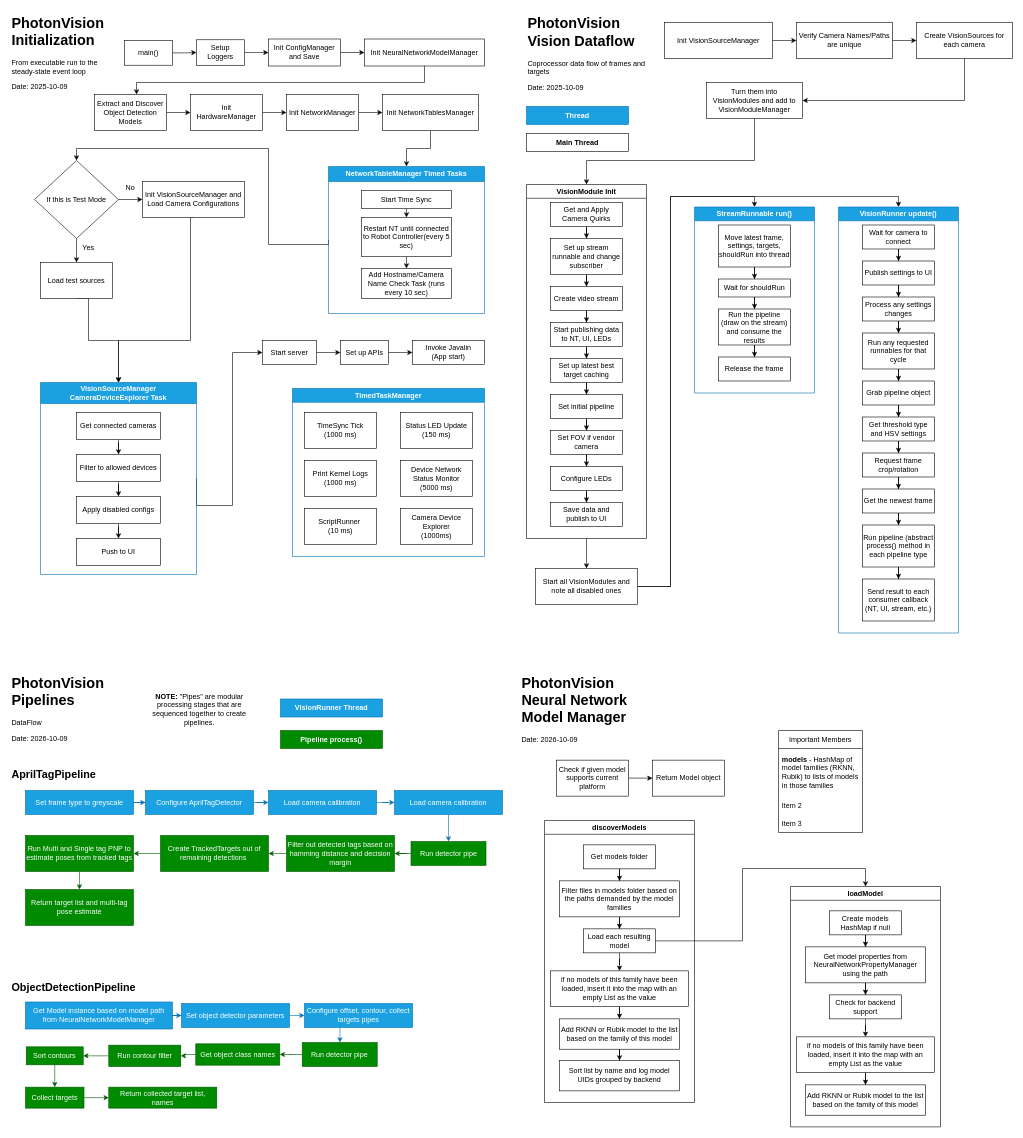
PhotonVision/photonvision keeps this draw.io diagram as docs/source/docs/contributing/assets/photon-architecture.drawio. Above is the earlier version. Source tidied: cells renumbered, new cells numbered last; positions are measured from the earlier drawing's top-left corner, leaving out a move shared by most shapes. Both pictures are drawn from the tidied source at 60%, with x=0, y=0 at pixel (10, 10).
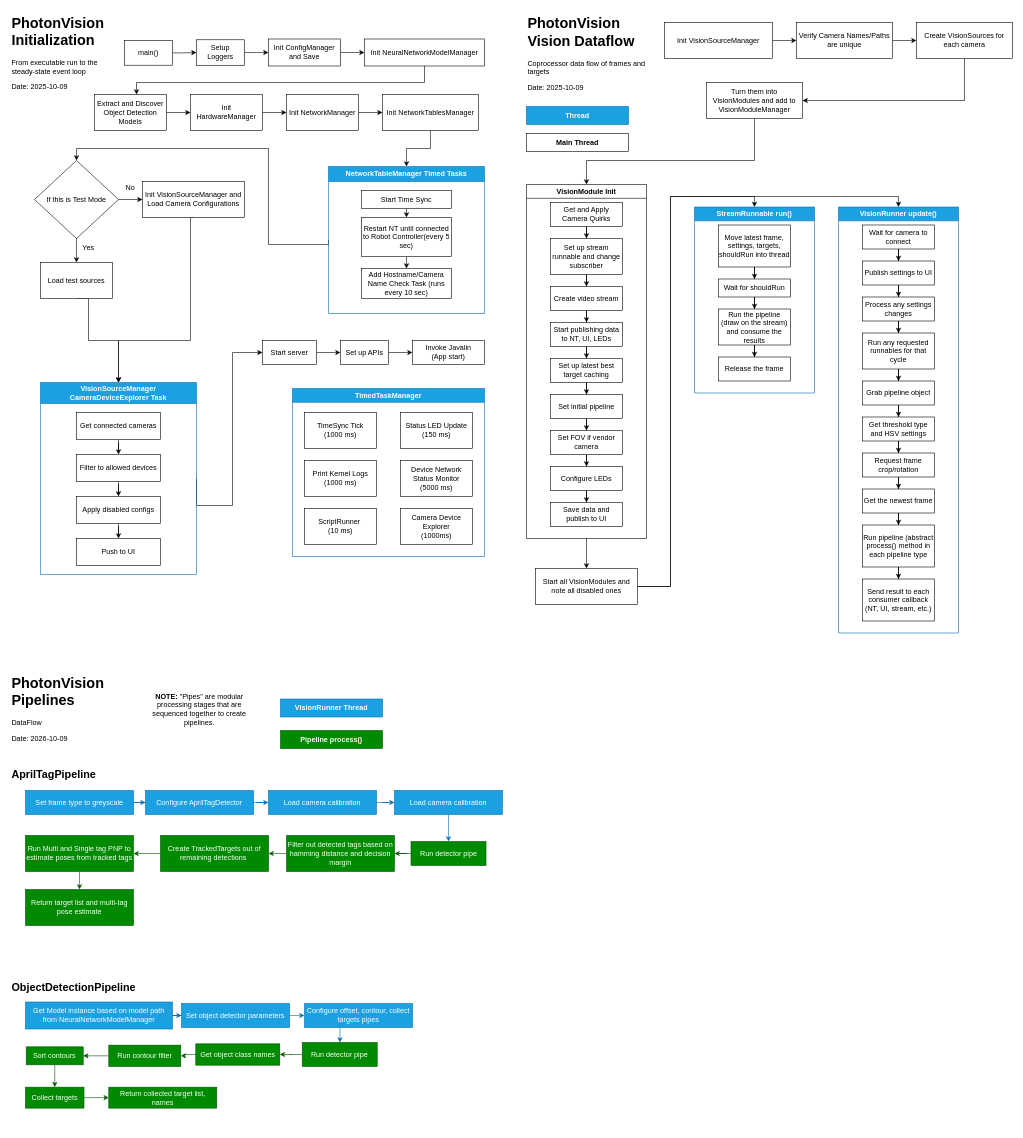
The same diagram, later.

Commit message:
remove OD section for now

The edit, as a diff of the source:
```diff
@@
-    <mxCell id="157" value="&lt;h1 style=&quot;margin-top: 0px;&quot;&gt;PhotonVision Neural Network Model Manager&lt;/h1&gt;&lt;p&gt;Date: 2026-10-09&lt;/p&gt;" style="text;html=1;whiteSpace=wrap;overflow=hidden;rounded=0;" parent="1" vertex="1">
-      <mxGeometry x="850" y="1100" width="210" height="140" as="geometry" />
-    </mxCell>
-    <mxCell id="158" style="edgeStyle=orthogonalEdgeStyle;rounded=0;jettySize=auto;html=1;" parent="1" edge="1" source="159" target="160">
-      <mxGeometry relative="1" as="geometry" />
-    </mxCell>
-    <mxCell id="159" value="Check if given model supports current platform" style="rounded=0;whiteSpace=wrap;html=1;" parent="1" vertex="1">
-      <mxGeometry x="910" y="1249.4" width="120" height="60" as="geometry" />
-    </mxCell>
-    <mxCell id="160" value="Return Model object" style="rounded=0;whiteSpace=wrap;html=1;" parent="1" vertex="1">
-      <mxGeometry x="1070" y="1249.4" width="120" height="60" as="geometry" />
-    </mxCell>
-    <mxCell id="161" value="loadModel" style="swimlane;whiteSpace=wrap;html=1;" parent="1" vertex="1">
-      <mxGeometry x="1300" y="1460" width="250" height="400.6" as="geometry" />
-    </mxCell>
-    <mxCell id="162" style="edgeStyle=orthogonalEdgeStyle;rounded=0;jettySize=auto;html=1;" parent="161" edge="1" source="163" target="165">
-      <mxGeometry relative="1" as="geometry" />
-    </mxCell>
-    <mxCell id="163" value="Create models HashMap if null" style="rounded=0;whiteSpace=wrap;html=1;" parent="161" vertex="1">
-      <mxGeometry x="65" y="40.6" width="120" height="40" as="geometry" />
-    </mxCell>
-    <mxCell id="164" style="edgeStyle=orthogonalEdgeStyle;rounded=0;jettySize=auto;html=1;" parent="161" edge="1" source="165" target="167">
-      <mxGeometry relative="1" as="geometry" />
-    </mxCell>
-    <mxCell id="165" value="Get model properties from NeuralNetworkPropertyManager using the path" style="whiteSpace=wrap;html=1;rounded=0;" parent="161" vertex="1">
-      <mxGeometry x="25" y="100.6" width="200" height="60" as="geometry" />
-    </mxCell>
-    <mxCell id="166" style="edgeStyle=orthogonalEdgeStyle;rounded=0;jettySize=auto;html=1;" parent="161" edge="1" source="167" target="169">
-      <mxGeometry relative="1" as="geometry" />
-    </mxCell>
-    <mxCell id="167" value="Check for backend support" style="whiteSpace=wrap;html=1;rounded=0;" parent="161" vertex="1">
-      <mxGeometry x="65" y="180.6" width="120" height="40" as="geometry" />
-    </mxCell>
-    <mxCell id="168" style="edgeStyle=orthogonalEdgeStyle;rounded=0;jettySize=auto;html=1;" parent="161" edge="1" source="169" target="170">
-      <mxGeometry relative="1" as="geometry" />
-    </mxCell>
-    <mxCell id="169" value="if no models of this family have been loaded, insert it into the map with an empty List as the value" style="whiteSpace=wrap;html=1;rounded=0;" parent="161" vertex="1">
-      <mxGeometry x="10" y="250.6" width="230" height="59.4" as="geometry" />
-    </mxCell>
-    <mxCell id="170" value="Add RKNN or Rubik model to the list based on the family of this model" style="whiteSpace=wrap;html=1;rounded=0;" parent="161" vertex="1">
-      <mxGeometry x="25" y="330.6" width="200" height="50.6" as="geometry" />
-    </mxCell>
-    <mxCell id="171" value="Important Members" style="swimlane;fontStyle=0;horizontal=1;startSize=30;whiteSpace=wrap;html=1;" parent="1" vertex="1">
-      <mxGeometry x="1280" y="1200" width="140" height="170" as="geometry" />
-    </mxCell>
-    <mxCell id="172" value="&lt;b&gt;models&lt;/b&gt; - HashMap of model families (RKNN, Rubik) to lists of models in those families" style="text;strokeColor=none;fillColor=none;align=left;verticalAlign=middle;spacingLeft=4;spacingRight=4;overflow=hidden;whiteSpace=wrap;html=1;" parent="171" vertex="1">
-      <mxGeometry y="30" width="140" height="80" as="geometry" />
-    </mxCell>
-    <mxCell id="173" value="Item 2" style="text;strokeColor=none;fillColor=none;align=left;verticalAlign=middle;spacingLeft=4;spacingRight=4;overflow=hidden;whiteSpace=wrap;html=1;" parent="171" vertex="1">
-      <mxGeometry y="110" width="140" height="30" as="geometry" />
-    </mxCell>
-    <mxCell id="174" value="Item 3" style="text;strokeColor=none;fillColor=none;align=left;verticalAlign=middle;spacingLeft=4;spacingRight=4;overflow=hidden;whiteSpace=wrap;html=1;" parent="171" vertex="1">
-      <mxGeometry y="140" width="140" height="30" as="geometry" />
-    </mxCell>
-    <mxCell id="175" value="discoverModels" style="swimlane;whiteSpace=wrap;html=1;" parent="1" vertex="1">
-      <mxGeometry x="890" y="1350" width="250" height="470" as="geometry" />
-    </mxCell>
-    <mxCell id="176" style="edgeStyle=orthogonalEdgeStyle;rounded=0;jettySize=auto;html=1;" parent="175" edge="1" source="177" target="179">
-      <mxGeometry relative="1" as="geometry" />
-    </mxCell>
-    <mxCell id="177" value="Get models folder" style="rounded=0;whiteSpace=wrap;html=1;" parent="175" vertex="1">
-      <mxGeometry x="65" y="40.6" width="120" height="40" as="geometry" />
-    </mxCell>
-    <mxCell id="178" style="edgeStyle=orthogonalEdgeStyle;rounded=0;jettySize=auto;html=1;" parent="175" edge="1" source="179" target="181">
-      <mxGeometry relative="1" as="geometry" />
-    </mxCell>
-    <mxCell id="179" value="Filter files in models folder based on the paths demanded by the model families" style="whiteSpace=wrap;html=1;rounded=0;" parent="175" vertex="1">
-      <mxGeometry x="25" y="100.6" width="200" height="60" as="geometry" />
-    </mxCell>
-    <mxCell id="180" style="edgeStyle=orthogonalEdgeStyle;rounded=0;jettySize=auto;html=1;" parent="175" edge="1" source="181" target="183">
-      <mxGeometry relative="1" as="geometry" />
-    </mxCell>
-    <mxCell id="181" value="Load each resulting model" style="whiteSpace=wrap;html=1;rounded=0;" parent="175" vertex="1">
-      <mxGeometry x="65" y="180.6" width="120" height="40" as="geometry" />
-    </mxCell>
-    <mxCell id="182" style="edgeStyle=orthogonalEdgeStyle;rounded=0;jettySize=auto;html=1;" parent="175" edge="1" source="183" target="185">
-      <mxGeometry relative="1" as="geometry" />
-    </mxCell>
-    <mxCell id="183" value="if no models of this family have been loaded, insert it into the map with an empty List as the value" style="whiteSpace=wrap;html=1;rounded=0;" parent="175" vertex="1">
-      <mxGeometry x="10" y="250.6" width="230" height="59.4" as="geometry" />
-    </mxCell>
-    <mxCell id="184" style="edgeStyle=orthogonalEdgeStyle;rounded=0;jettySize=auto;html=1;" parent="175" edge="1" source="185" target="186">
-      <mxGeometry relative="1" as="geometry" />
-    </mxCell>
-    <mxCell id="185" value="Add RKNN or Rubik model to the list based on the family of this model" style="whiteSpace=wrap;html=1;rounded=0;" parent="175" vertex="1">
-      <mxGeometry x="25" y="330.6" width="200" height="50.6" as="geometry" />
-    </mxCell>
-    <mxCell id="186" value="Sort list by name and log model UIDs grouped by backend" style="whiteSpace=wrap;html=1;rounded=0;" parent="175" vertex="1">
-      <mxGeometry x="25" y="400" width="200" height="50.6" as="geometry" />
-    </mxCell>
-    <mxCell id="187" style="edgeStyle=orthogonalEdgeStyle;rounded=0;jettySize=auto;html=1;exitX=1;exitY=0.5;exitDx=0;exitDy=0;entryX=0.5;entryY=0;entryDx=0;entryDy=0;" parent="1" edge="1" source="181" target="161">
-      <mxGeometry relative="1" as="geometry">
-        <Array as="points">
-          <mxPoint x="1220" y="1551" />
-          <mxPoint x="1220" y="1430" />
-          <mxPoint x="1425" y="1430" />
-        </Array>
-      </mxGeometry>
-    </mxCell>
```
